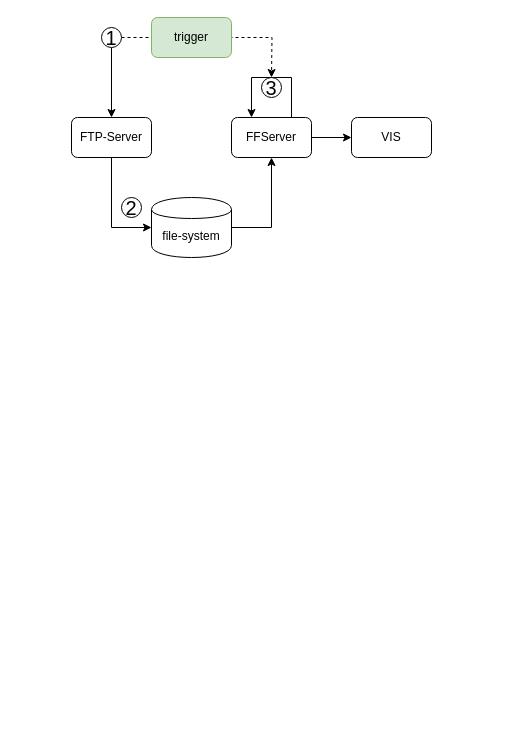
Earlier version of the draw.io diagram Untitled Diagram.drawio (hashstone/deploy_shell). Source tidied: cells renumbered, new cells numbered last; positions are measured from the earlier drawing's top-left corner, leaving out a move shared by most shapes. Both pictures are drawn from the tidied source at 100%, with x=0, y=0 at pixel (71, 17).
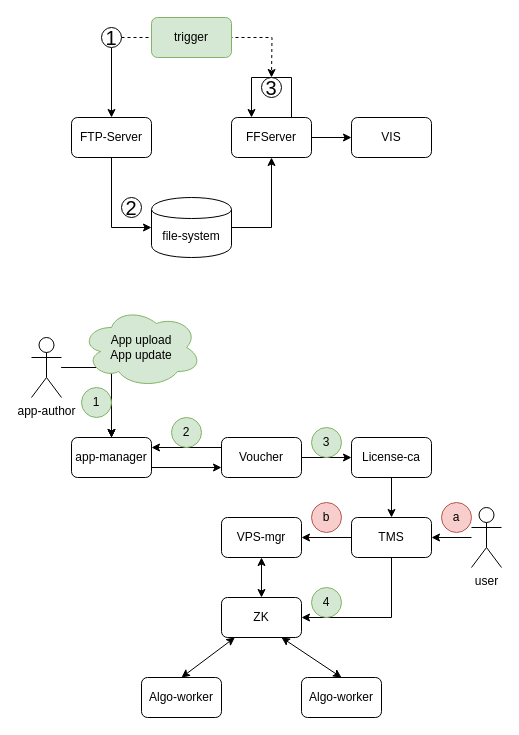
After the change.

Change to the diagram source:
```diff
@@
+    <mxCell id="16" style="edgeStyle=orthogonalEdgeStyle;rounded=0;jettySize=auto;html=1;exitX=1;exitY=0.75;exitDx=0;exitDy=0;entryX=0;entryY=0.75;entryDx=0;entryDy=0;" parent="1" edge="1" source="17" target="19">
+      <mxGeometry relative="1" as="geometry" />
+    </mxCell>
+    <mxCell id="17" value="app-manager" style="rounded=1;whiteSpace=wrap;html=1;" parent="1" vertex="1">
+      <mxGeometry y="420" width="80" height="40" as="geometry" />
+    </mxCell>
+    <mxCell id="18" style="edgeStyle=orthogonalEdgeStyle;rounded=0;jettySize=auto;html=1;exitX=1;exitY=0.5;exitDx=0;exitDy=0;" parent="1" edge="1" source="19" target="29">
+      <mxGeometry relative="1" as="geometry" />
+    </mxCell>
+    <mxCell id="19" value="Voucher" style="rounded=1;whiteSpace=wrap;html=1;" parent="1" vertex="1">
+      <mxGeometry x="150" y="420" width="80" height="40" as="geometry" />
+    </mxCell>
+    <mxCell id="20" style="endArrow=classic;html=1;exitX=0;exitY=0.25;exitDx=0;exitDy=0;entryX=1;entryY=0.25;entryDx=0;entryDy=0;" parent="1" edge="1" source="19" target="17">
+      <mxGeometry relative="1" as="geometry" />
+    </mxCell>
+    <mxCell id="21" value="2" style="ellipse;whiteSpace=wrap;html=1;fillColor=#d5e8d4;strokeColor=#82b366;" parent="1" vertex="1">
+      <mxGeometry x="100" y="400" width="30" height="30" as="geometry" />
+    </mxCell>
+    <mxCell id="22" style="edgeStyle=orthogonalEdgeStyle;rounded=0;jettySize=auto;html=1;" parent="1" edge="1" source="25" target="17">
+      <mxGeometry relative="1" as="geometry" />
+    </mxCell>
+    <mxCell id="23" style="edgeStyle=orthogonalEdgeStyle;rounded=0;jettySize=auto;html=1;" parent="1" edge="1" source="25" target="17">
+      <mxGeometry relative="1" as="geometry" />
+    </mxCell>
+    <mxCell id="24" style="edgeStyle=orthogonalEdgeStyle;rounded=0;jettySize=auto;html=1;" parent="1" edge="1" source="25" target="17">
+      <mxGeometry relative="1" as="geometry" />
+    </mxCell>
+    <mxCell id="25" value="app-author" style="shape=umlActor;verticalLabelPosition=bottom;verticalAlign=top;html=1;outlineConnect=0;" parent="1" vertex="1">
+      <mxGeometry x="-40" y="320" width="30" height="60" as="geometry" />
+    </mxCell>
+    <mxCell id="26" value="App upload&lt;br&gt;App update" style="ellipse;shape=cloud;whiteSpace=wrap;html=1;fillColor=#d5e8d4;strokeColor=#82b366;" parent="1" vertex="1">
+      <mxGeometry x="10" y="290" width="120" height="80" as="geometry" />
+    </mxCell>
+    <mxCell id="27" value="1" style="ellipse;whiteSpace=wrap;html=1;fillColor=#d5e8d4;strokeColor=#82b366;" parent="1" vertex="1">
+      <mxGeometry x="10" y="370" width="30" height="30" as="geometry" />
+    </mxCell>
+    <mxCell id="28" style="edgeStyle=orthogonalEdgeStyle;rounded=0;jettySize=auto;html=1;exitX=0.5;exitY=1;exitDx=0;exitDy=0;" parent="1" edge="1" source="29" target="33">
+      <mxGeometry relative="1" as="geometry" />
+    </mxCell>
+    <mxCell id="29" value="License-ca" style="rounded=1;whiteSpace=wrap;html=1;" parent="1" vertex="1">
+      <mxGeometry x="280" y="420" width="80" height="40" as="geometry" />
+    </mxCell>
+    <mxCell id="30" value="3" style="ellipse;whiteSpace=wrap;html=1;fillColor=#d5e8d4;strokeColor=#82b366;" parent="1" vertex="1">
+      <mxGeometry x="240" y="410" width="30" height="30" as="geometry" />
+    </mxCell>
+    <mxCell id="31" style="edgeStyle=orthogonalEdgeStyle;rounded=0;jettySize=auto;html=1;entryX=1;entryY=0.5;entryDx=0;entryDy=0;exitX=0.5;exitY=1;exitDx=0;exitDy=0;" parent="1" edge="1" source="33" target="35">
+      <mxGeometry relative="1" as="geometry" />
+    </mxCell>
+    <mxCell id="32" style="edgeStyle=orthogonalEdgeStyle;rounded=0;jettySize=auto;html=1;exitX=0;exitY=0.5;exitDx=0;exitDy=0;" parent="1" edge="1" source="33" target="34">
+      <mxGeometry relative="1" as="geometry" />
+    </mxCell>
+    <mxCell id="33" value="TMS" style="rounded=1;whiteSpace=wrap;html=1;" parent="1" vertex="1">
+      <mxGeometry x="280" y="500" width="80" height="40" as="geometry" />
+    </mxCell>
+    <mxCell id="34" value="VPS-mgr" style="rounded=1;whiteSpace=wrap;html=1;" parent="1" vertex="1">
+      <mxGeometry x="150" y="500" width="80" height="40" as="geometry" />
+    </mxCell>
+    <mxCell id="35" value="ZK" style="rounded=1;whiteSpace=wrap;html=1;" parent="1" vertex="1">
+      <mxGeometry x="150" y="580" width="80" height="40" as="geometry" />
+    </mxCell>
+    <mxCell id="36" value="Algo-worker" style="rounded=1;whiteSpace=wrap;html=1;" parent="1" vertex="1">
+      <mxGeometry x="70" y="660" width="80" height="40" as="geometry" />
+    </mxCell>
+    <mxCell id="37" style="endArrow=classic;startArrow=classic;html=1;exitX=0.5;exitY=0;exitDx=0;exitDy=0;" parent="1" edge="1" source="36" target="35">
+      <mxGeometry relative="1" as="geometry" />
+    </mxCell>
+    <mxCell id="38" style="endArrow=classic;startArrow=classic;html=1;entryX=0.5;entryY=1;entryDx=0;entryDy=0;" parent="1" edge="1" target="34">
+      <mxGeometry relative="1" as="geometry">
+        <mxPoint x="190" y="580" as="sourcePoint" />
+      </mxGeometry>
+    </mxCell>
+    <mxCell id="39" value="Algo-worker" style="rounded=1;whiteSpace=wrap;html=1;" parent="1" vertex="1">
+      <mxGeometry x="230" y="660" width="80" height="40" as="geometry" />
+    </mxCell>
+    <mxCell id="40" style="endArrow=classic;startArrow=classic;html=1;exitX=0.5;exitY=0;exitDx=0;exitDy=0;entryX=0.75;entryY=1;entryDx=0;entryDy=0;" parent="1" edge="1" source="39" target="35">
+      <mxGeometry relative="1" as="geometry" />
+    </mxCell>
+    <mxCell id="41" value="4" style="ellipse;whiteSpace=wrap;html=1;fillColor=#d5e8d4;strokeColor=#82b366;" parent="1" vertex="1">
+      <mxGeometry x="240" y="570" width="30" height="30" as="geometry" />
+    </mxCell>
+    <mxCell id="42" style="edgeStyle=orthogonalEdgeStyle;rounded=0;jettySize=auto;html=1;entryX=1;entryY=0.5;entryDx=0;entryDy=0;" parent="1" edge="1" source="43" target="33">
+      <mxGeometry relative="1" as="geometry" />
+    </mxCell>
+    <mxCell id="43" value="user" style="shape=umlActor;verticalLabelPosition=bottom;verticalAlign=top;html=1;outlineConnect=0;" parent="1" vertex="1">
+      <mxGeometry x="400" y="490" width="30" height="60" as="geometry" />
+    </mxCell>
+    <mxCell id="44" value="a" style="ellipse;whiteSpace=wrap;html=1;fillColor=#f8cecc;strokeColor=#b85450;" parent="1" vertex="1">
+      <mxGeometry x="370" y="485" width="30" height="30" as="geometry" />
+    </mxCell>
+    <mxCell id="45" value="b" style="ellipse;whiteSpace=wrap;html=1;fillColor=#f8cecc;strokeColor=#b85450;" parent="1" vertex="1">
+      <mxGeometry x="240" y="485" width="30" height="30" as="geometry" />
+    </mxCell>
```
